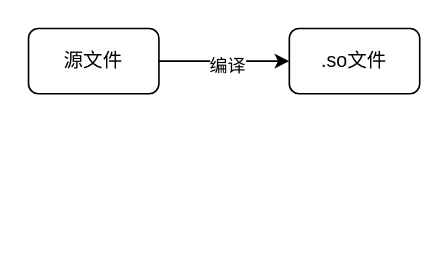
This is 掌握鸿蒙系统开发.drawio from yanhanfrontend/draw.io.workspace, a draw.io file, before an edit. Source tidied: cells renumbered, new cells numbered last; positions are measured from the earlier drawing's top-left corner, leaving out a move shared by most shapes. Both pictures are drawn from the tidied source at 163%, with x=0, y=0 at pixel (28, 28).
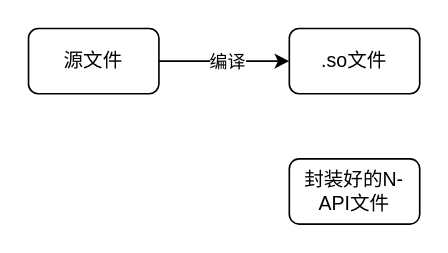
The same page after the edit.

Commit message (it also covers changes not shown here):
更新掌握鸿蒙系统开发.drawio

Change to the diagram source:
```diff
@@
 <mxGraphModel>
   <root>
     <mxCell id="0" />
     <mxCell id="1" parent="0" />
     <mxCell id="2" value=".so文件" style="rounded=1;whiteSpace=wrap;html=1;" parent="1" vertex="1">
       <mxGeometry x="160" width="80" height="40" as="geometry" />
     </mxCell>
     <mxCell id="3" style="edgeStyle=orthogonalEdgeStyle;rounded=0;jettySize=auto;html=1;" parent="1" edge="1" source="5" target="2">
       <mxGeometry relative="1" as="geometry" />
     </mxCell>
     <mxCell id="4" value="编译" style="edgeLabel;html=1;align=center;verticalAlign=middle;" parent="3" vertex="1">
-      <mxGeometry x="0.03" y="-2" relative="1" as="geometry" />
+      <mxGeometry x="0.03" y="-2" relative="1" as="geometry">
+        <mxPoint y="-2" as="offset" />
+      </mxGeometry>
     </mxCell>
     <mxCell id="5" value="源文件" style="rounded=1;whiteSpace=wrap;html=1;" parent="1" vertex="1">
       <mxGeometry width="80" height="40" as="geometry" />
     </mxCell>
+    <mxCell id="6" value="封装好的N-API文件" style="rounded=1;whiteSpace=wrap;html=1;" parent="1" vertex="1">
+      <mxGeometry x="160" y="80" width="80" height="40" as="geometry" />
+    </mxCell>
   </root>
 </mxGraphModel>
```
